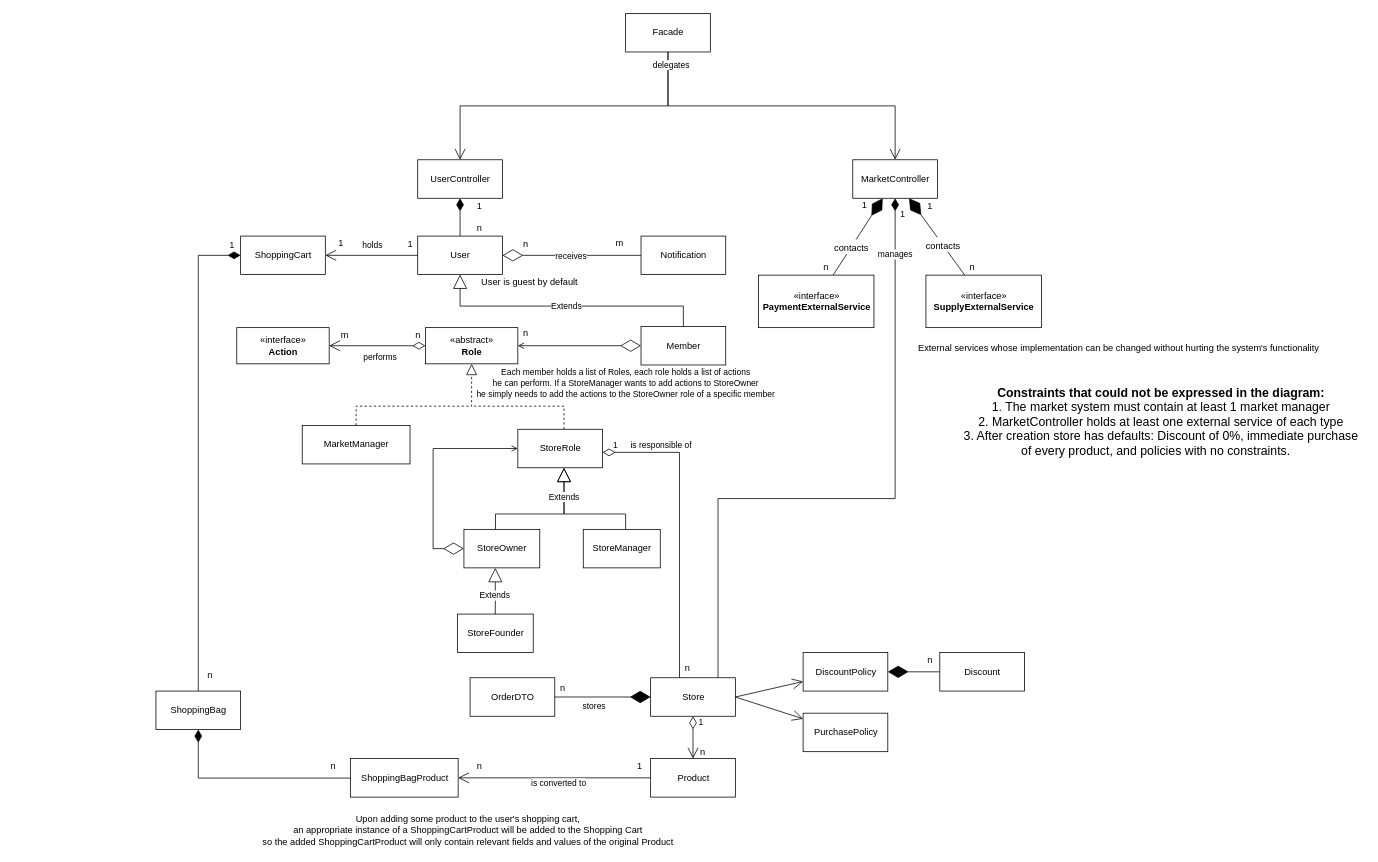
The draw.io diagram page "White Diagram" (1 of 2) of Workshop.drawio in itaitzruia4/Workshop, before the edit. Source tidied: cells renumbered, new cells numbered last; positions are measured from the earlier drawing's top-left corner, leaving out a move shared by most shapes. Both pictures are drawn from the tidied source at 77%, with x=0, y=0 at pixel (13, 13).
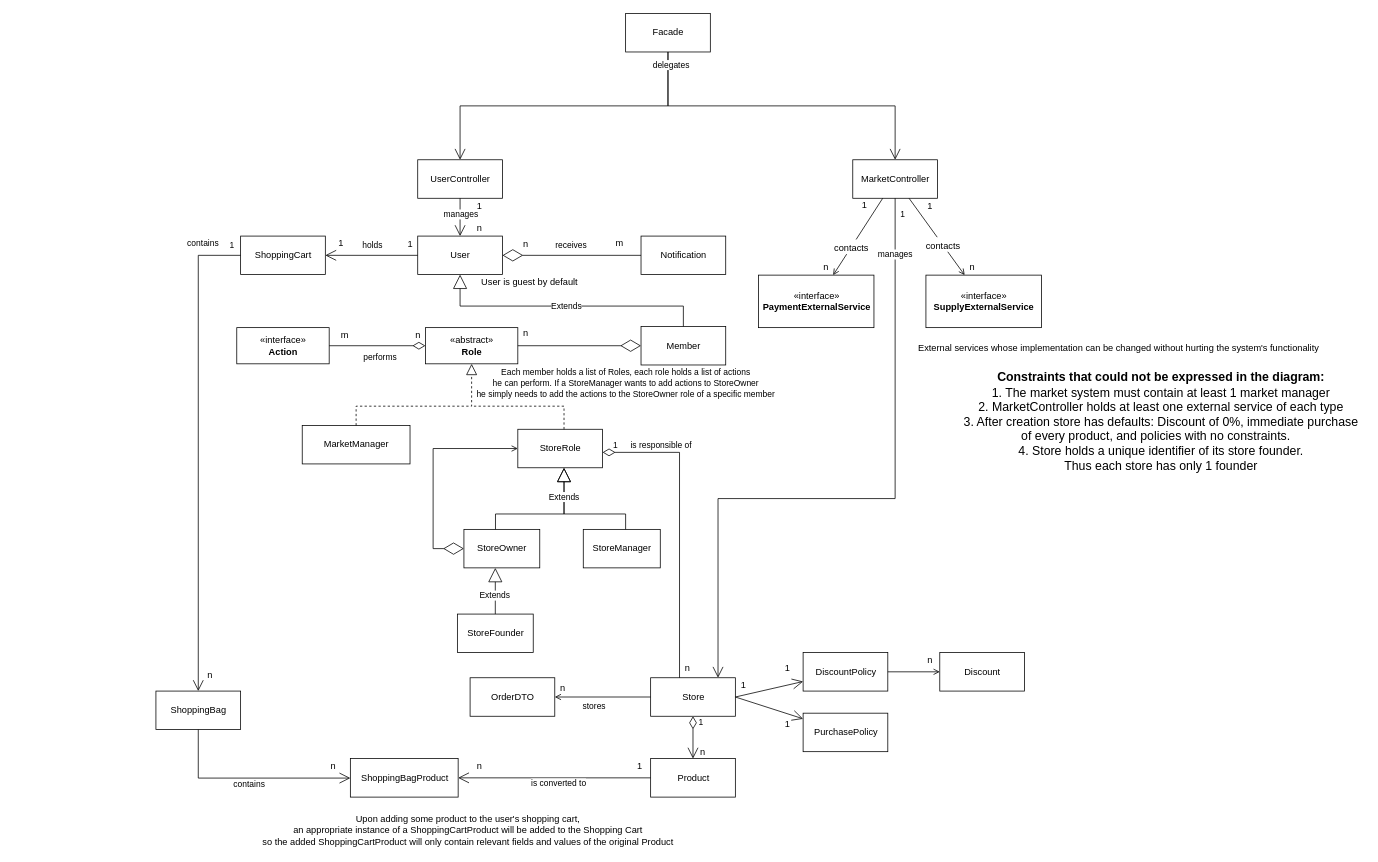
The same page after the edit.

Commit message (it also covers changes not shown here):
changed composition to association in white diagram

The change refers to these unchanged cells:
```xml
<mxCell id="2" value="«interface»&lt;br&gt;&lt;b&gt;PaymentExternalService&lt;/b&gt;" style="html=1;" parent="1" vertex="1">
  <mxGeometry x="967.5" y="339.8" width="150" height="68.2" as="geometry" />
</mxCell>
<mxCell id="3" value="«interface»&lt;br&gt;&lt;b&gt;SupplyExternalService&lt;/b&gt;" style="html=1;" parent="1" vertex="1">
  <mxGeometry x="1185" y="339.8" width="150" height="68.2" as="geometry" />
</mxCell>
<mxCell id="5" value="UserController" style="html=1;" parent="1" vertex="1">
  <mxGeometry x="525" y="190" width="110" height="50" as="geometry" />
</mxCell>
<mxCell id="6" value="MarketController" style="html=1;" parent="1" vertex="1">
  <mxGeometry x="1090" y="190" width="110" height="50" as="geometry" />
</mxCell>
<mxCell id="8" value="User" style="html=1;" parent="1" vertex="1">
  <mxGeometry x="525" y="289.1" width="110" height="50" as="geometry" />
</mxCell>
<mxCell id="9" style="endArrow=diamondThin;endFill=0;endSize=24;html=1;rounded=0;" parent="1" edge="1" source="7" target="8">
  <mxGeometry relative="1" as="geometry" />
</mxCell>
<mxCell id="18" value="Member" style="html=1;" parent="1" vertex="1">
  <mxGeometry x="815" y="406.5" width="110" height="50" as="geometry" />
</mxCell>
<mxCell id="23" value="ShoppingCart" style="html=1;" parent="1" vertex="1">
  <mxGeometry x="295" y="289.1" width="110" height="50" as="geometry" />
</mxCell>
<mxCell id="28" value="Store" style="html=1;" parent="1" vertex="1">
  <mxGeometry x="827.5" y="862.7" width="110" height="50" as="geometry" />
</mxCell>
<mxCell id="38" value="ShoppingBagProduct" style="html=1;" parent="1" vertex="1">
  <mxGeometry x="437.5" y="967.7" width="140" height="50" as="geometry" />
</mxCell>
<mxCell id="48" value="DiscountPolicy" style="html=1;" parent="1" vertex="1">
  <mxGeometry x="1025.5" y="830" width="110" height="50" as="geometry" />
</mxCell>
<mxCell id="53" value="Discount" style="html=1;" parent="1" vertex="1">
  <mxGeometry x="1203" y="830" width="110" height="50" as="geometry" />
</mxCell>
<mxCell id="59" value="«abstract»&lt;br&gt;&lt;b&gt;Role&lt;/b&gt;" style="html=1;" parent="1" vertex="1">
  <mxGeometry x="535" y="408" width="120" height="47" as="geometry" />
</mxCell>
<mxCell id="60" value="«interface»&lt;br&gt;&lt;b&gt;Action&lt;/b&gt;" style="html=1;" parent="1" vertex="1">
  <mxGeometry x="290" y="408" width="120" height="47" as="geometry" />
</mxCell>
<mxCell id="74" value="OrderDTO" style="html=1;" parent="1" vertex="1">
  <mxGeometry x="593" y="862.7" width="110" height="50" as="geometry" />
</mxCell>
<mxCell id="78" value="ShoppingBag" style="html=1;" parent="1" vertex="1">
  <mxGeometry x="185" y="880" width="110" height="50" as="geometry" />
</mxCell>
```

Change to the diagram source:
```diff
@@
     <mxCell id="10" value="receives" style="edgeLabel;html=1;align=center;verticalAlign=middle;" parent="9" vertex="1">
       <mxGeometry x="0.19" y="-1" relative="1" as="geometry">
-        <mxPoint x="15" y="1" as="offset" />
+        <mxPoint x="15" y="-13" as="offset" />
       </mxGeometry>
     </mxCell>
@@
-    <mxCell id="32" value="1" style="endArrow=none;html=1;endSize=12;startArrow=diamondThin;startSize=14;startFill=1;edgeStyle=orthogonalEdgeStyle;align=left;verticalAlign=bottom;rounded=0;endFill=0;" parent="1" edge="1" source="6" target="28">
+    <mxCell id="32" value="1" style="endArrow=open;html=1;endSize=12;startArrow=none;startSize=14;startFill=0;edgeStyle=orthogonalEdgeStyle;align=left;verticalAlign=bottom;rounded=0;endFill=0;" parent="1" edge="1" source="6" target="28">
       <mxGeometry x="-0.93" y="5" relative="1" as="geometry">
         <Array as="points">
           <mxPoint x="1145" y="630" />
           <mxPoint x="915" y="630" />
         </Array>
       </mxGeometry>
     </mxCell>
@@
-    <mxCell id="35" value="1" style="endArrow=none;html=1;endSize=12;startArrow=diamondThin;startSize=14;startFill=1;edgeStyle=orthogonalEdgeStyle;align=left;verticalAlign=bottom;rounded=0;endFill=0;" parent="1" edge="1" source="23" target="78">
+    <mxCell id="35" value="1" style="endArrow=open;html=1;endSize=12;startArrow=none;startSize=14;startFill=0;edgeStyle=orthogonalEdgeStyle;align=left;verticalAlign=bottom;rounded=0;endFill=0;" parent="1" edge="1" source="23" target="78">
       <mxGeometry x="-0.95" y="-4" relative="1" as="geometry">
         <Array as="points">
           <mxPoint x="240" y="314" />
         </Array>
       </mxGeometry>
     </mxCell>
+    <mxCell id="90" value="contains" style="edgeLabel;html=1;align=center;verticalAlign=middle;" parent="35" vertex="1">
+      <mxGeometry x="-0.5" y="1" relative="1" as="geometry">
+        <mxPoint x="4" y="-117" as="offset" />
+      </mxGeometry>
+    </mxCell>
@@
-    <mxCell id="37" style="endArrow=none;html=1;endSize=12;startArrow=diamondThin;startSize=14;startFill=1;edgeStyle=orthogonalEdgeStyle;align=left;verticalAlign=bottom;rounded=0;endFill=0;" parent="1" edge="1" source="5" target="8">
-      <mxGeometry x="-1" y="165" relative="1" as="geometry">
-        <mxPoint y="-10" as="offset" />
-      </mxGeometry>
-    </mxCell>
@@
-    <mxCell id="52" style="endArrow=diamondThin;endFill=1;endSize=24;html=1;rounded=0;" parent="1" edge="1" source="53" target="48">
+    <mxCell id="52" style="endArrow=none;endFill=0;endSize=24;html=1;rounded=0;startArrow=open;startFill=0;" parent="1" edge="1" source="53" target="48">
       <mxGeometry relative="1" as="geometry" />
     </mxCell>
@@
-    <mxCell id="61" style="endArrow=open;html=1;endSize=12;startArrow=diamondThin;startSize=14;startFill=0;edgeStyle=orthogonalEdgeStyle;align=left;verticalAlign=bottom;rounded=0;" parent="1" edge="1" source="59" target="60">
+    <mxCell id="61" style="endArrow=none;html=1;endSize=12;startArrow=diamondThin;startSize=14;startFill=0;edgeStyle=orthogonalEdgeStyle;align=left;verticalAlign=bottom;rounded=0;endFill=0;" parent="1" edge="1" source="59" target="60">
       <mxGeometry x="-1" y="3" relative="1" as="geometry" />
     </mxCell>
@@
-    <mxCell id="67" style="endArrow=diamondThin;endFill=0;endSize=24;html=1;rounded=0;startArrow=open;edgeStyle=orthogonalEdgeStyle;startFill=0;" parent="1" edge="1" source="59" target="18">
+    <mxCell id="67" style="endArrow=diamondThin;endFill=0;endSize=24;html=1;rounded=0;startArrow=none;edgeStyle=orthogonalEdgeStyle;startFill=0;" parent="1" edge="1" source="59" target="18">
       <mxGeometry relative="1" as="geometry" />
     </mxCell>
@@
-    <mxCell id="75" style="endArrow=diamondThin;endFill=1;endSize=24;html=1;rounded=0;fontSize=11;" parent="1" edge="1" source="74" target="28">
+    <mxCell id="75" style="endArrow=none;endFill=0;endSize=24;html=1;rounded=0;fontSize=11;startArrow=open;startFill=0;" parent="1" edge="1" source="74" target="28">
       <mxGeometry relative="1" as="geometry" />
     </mxCell>
@@
-    <mxCell id="79" style="endArrow=none;html=1;endSize=12;startArrow=diamondThin;startSize=14;startFill=1;edgeStyle=orthogonalEdgeStyle;align=left;verticalAlign=bottom;rounded=0;endFill=0;" parent="1" edge="1" source="78" target="38">
+    <mxCell id="79" style="endArrow=open;html=1;endSize=12;startArrow=none;startSize=14;startFill=0;edgeStyle=orthogonalEdgeStyle;align=left;verticalAlign=bottom;rounded=0;endFill=0;" parent="1" edge="1" source="78" target="38">
       <mxGeometry x="-0.58" y="-25" relative="1" as="geometry">
         <Array as="points">
           <mxPoint x="240" y="993" />
         </Array>
       </mxGeometry>
     </mxCell>
+    <mxCell id="91" value="contains" style="edgeLabel;html=1;align=center;verticalAlign=middle;" parent="79" vertex="1">
+      <mxGeometry x="-0.2" relative="1" as="geometry">
+        <mxPoint x="24" y="7" as="offset" />
+      </mxGeometry>
+    </mxCell>
@@
-    <mxCell id="81" style="endArrow=diamondThin;endFill=1;endSize=24;html=1;rounded=0;" parent="1" edge="1" source="2" target="6">
+    <mxCell id="81" style="endArrow=none;endFill=0;endSize=24;html=1;rounded=0;startArrow=open;startFill=0;" parent="1" edge="1" source="2" target="6">
       <mxGeometry relative="1" as="geometry" />
     </mxCell>
@@
-    <mxCell id="83" style="endArrow=diamondThin;endFill=1;endSize=24;html=1;rounded=0;" parent="1" edge="1" source="3" target="6">
+    <mxCell id="83" style="endArrow=none;endFill=0;endSize=24;html=1;rounded=0;startArrow=open;startFill=0;" parent="1" edge="1" source="3" target="6">
       <mxGeometry relative="1" as="geometry" />
     </mxCell>
@@
-    <mxCell id="85" value="&lt;font style=&quot;font-size: 16px&quot;&gt;&lt;b&gt;Constraints that could not be expressed in the diagram:&lt;/b&gt;&lt;br&gt;1. The market system must contain at least 1 market manager&lt;br&gt;2. MarketController holds at least one external service of each type&lt;br&gt;3. After creation store has defaults: Discount of 0%, immediate purchase&lt;br&gt;of every product, and policies with no constraints.&amp;nbsp; &amp;nbsp;&lt;br&gt;&lt;/font&gt;" style="text;html=1;align=center;verticalAlign=middle;strokeColor=none;fillColor=none;" parent="1" vertex="1">
-      <mxGeometry x="1225" y="490" width="530" height="80" as="geometry" />
+    <mxCell id="85" value="&lt;font style=&quot;font-size: 16px&quot;&gt;&lt;b&gt;Constraints that could not be expressed in the diagram:&lt;/b&gt;&lt;br&gt;1. The market system must contain at least 1 market manager&lt;br&gt;2. MarketController holds at least one external service of each type&lt;br&gt;3. After creation store has defaults: Discount of 0%, immediate purchase&lt;br&gt;of every product, and policies with no constraints.&amp;nbsp; &amp;nbsp;&lt;br&gt;4. Store holds a unique identifier of its store founder. &lt;br&gt;Thus each store has only 1 founder&lt;br&gt;&lt;/font&gt;" style="text;html=1;align=center;verticalAlign=middle;strokeColor=none;fillColor=none;" parent="1" vertex="1">
+      <mxGeometry x="1225" y="475" width="530" height="110" as="geometry" />
     </mxCell>
@@
+    <mxCell id="37" style="endArrow=open;endFill=1;endSize=12;html=1;rounded=0;" parent="1" edge="1" source="5" target="8">
+      <mxGeometry relative="1" as="geometry" />
+    </mxCell>
+    <mxCell id="92" value="manages" style="edgeLabel;html=1;align=center;verticalAlign=middle;" parent="37" vertex="1">
+      <mxGeometry x="-0.59" y="1" relative="1" as="geometry">
+        <mxPoint x="-1" y="10" as="offset" />
+      </mxGeometry>
+    </mxCell>
+    <mxCell id="93" value="1" style="text;html=1;align=center;verticalAlign=middle;strokeColor=none;fillColor=none;" parent="1" vertex="1">
+      <mxGeometry x="937.5" y="862.7" width="20" height="20" as="geometry" />
+    </mxCell>
+    <mxCell id="94" value="1" style="text;html=1;align=center;verticalAlign=middle;strokeColor=none;fillColor=none;" parent="1" vertex="1">
+      <mxGeometry x="995" y="840" width="20" height="20" as="geometry" />
+    </mxCell>
+    <mxCell id="95" value="1" style="text;html=1;align=center;verticalAlign=middle;strokeColor=none;fillColor=none;" parent="1" vertex="1">
+      <mxGeometry x="995" y="912.7" width="20" height="20" as="geometry" />
+    </mxCell>
```
